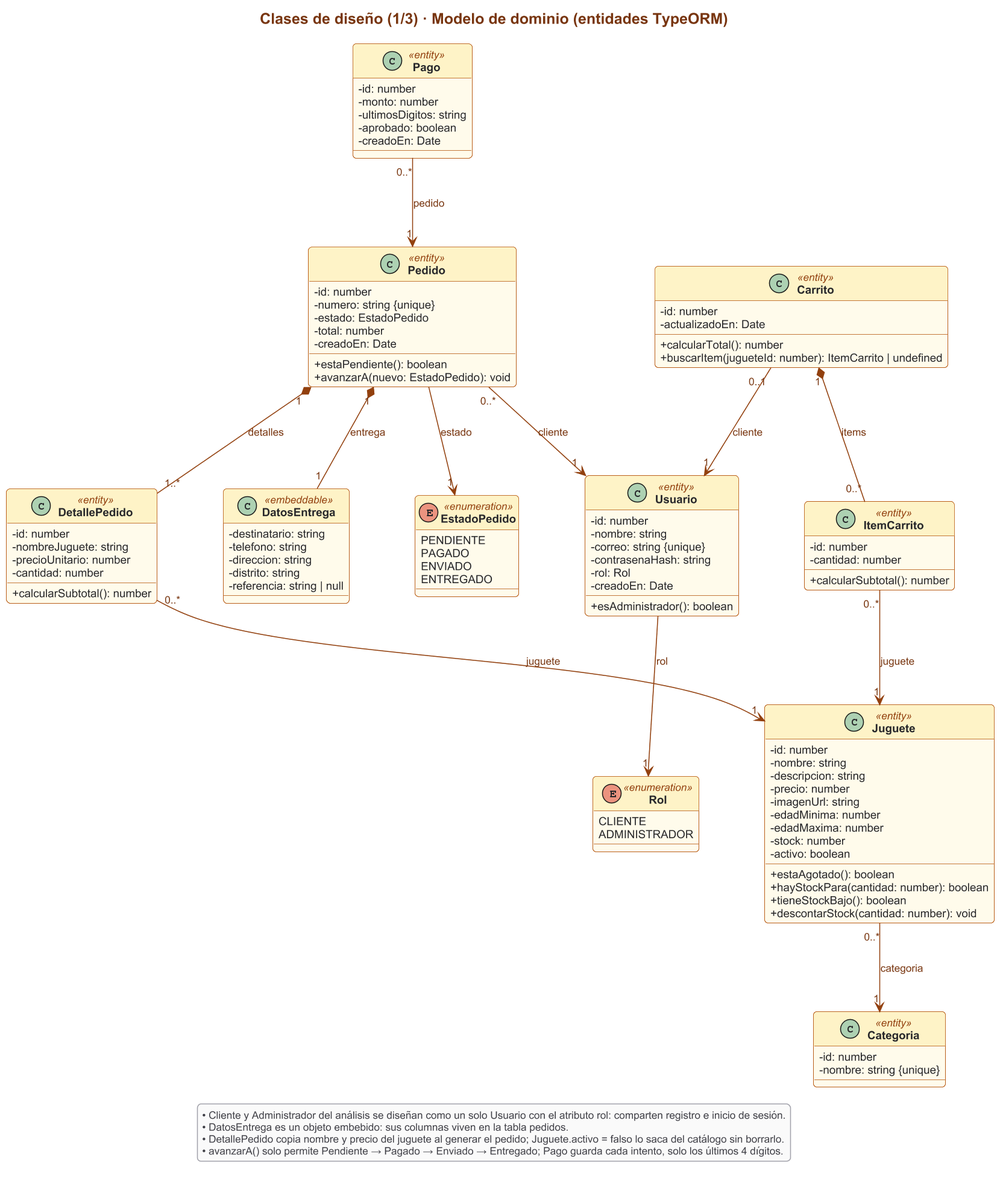
The PlantUML diagram docs/uml/png/04a-clases-diseno-dominio.png in joseriverago/el-trompo-feliz, before a commit.
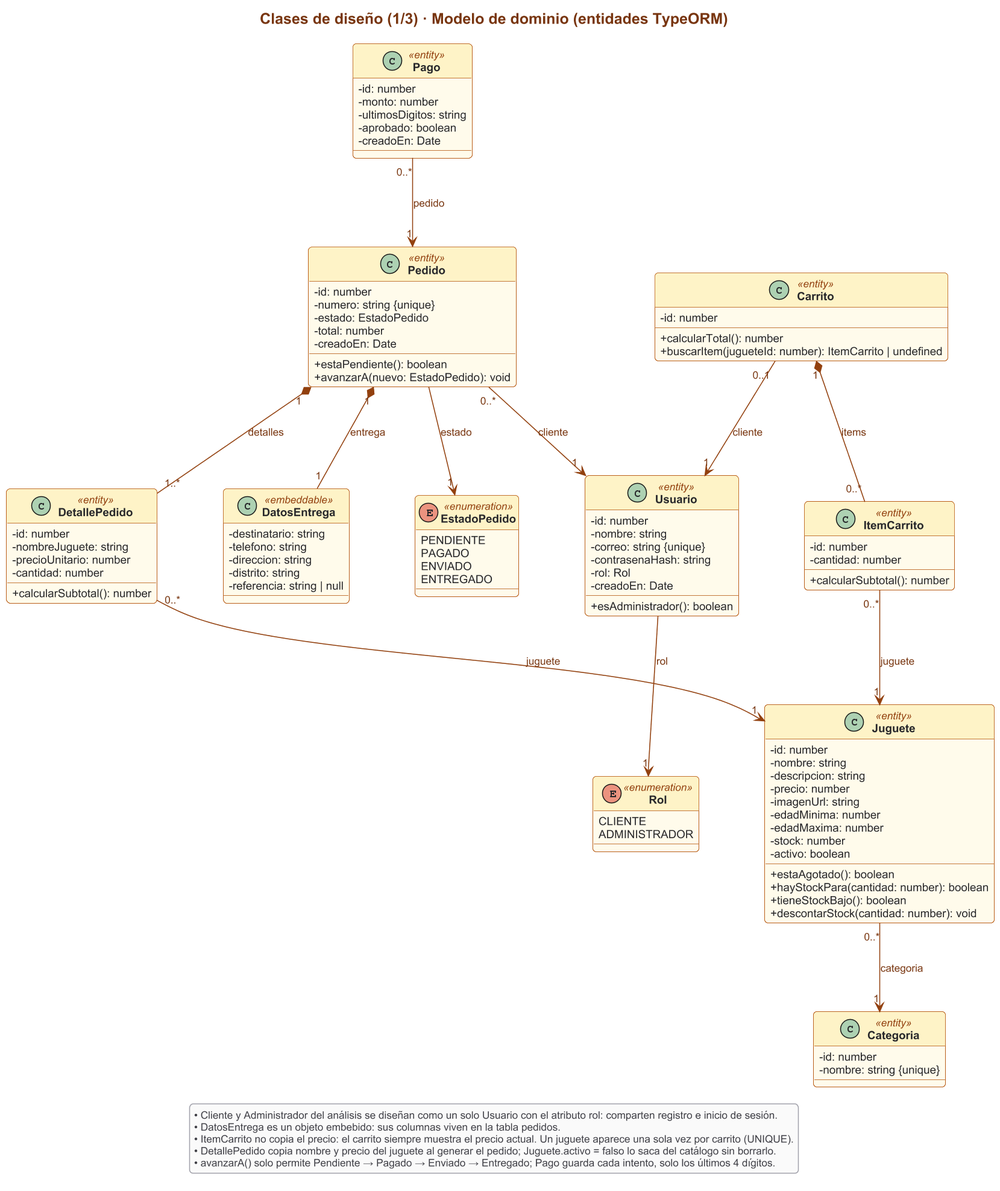
Above is the later version.

What changed in the source:
```diff
@@ -47,7 +47,6 @@
 }
 class Carrito <<entity>> {
   - id: number
-  - actualizadoEn: Date
   + calcularTotal(): number
   + buscarItem(jugueteId: number): ItemCarrito | undefined
 }
@@ -102,6 +101,7 @@
 legend bottom
   • Cliente y Administrador del análisis se diseñan como un solo Usuario con el atributo rol: comparten registro e inicio de sesión.
   • DatosEntrega es un objeto embebido: sus columnas viven en la tabla pedidos.
+  • ItemCarrito no copia el precio: el carrito siempre muestra el precio actual. Un juguete aparece una sola vez por carrito (UNIQUE).
   • DetallePedido copia nombre y precio del juguete al generar el pedido; Juguete.activo = falso lo saca del catálogo sin borrarlo.
   • avanzarA() solo permite Pendiente → Pagado → Enviado → Entregado; Pago guarda cada intento, solo los últimos 4 dígitos.
 endlegend
```
